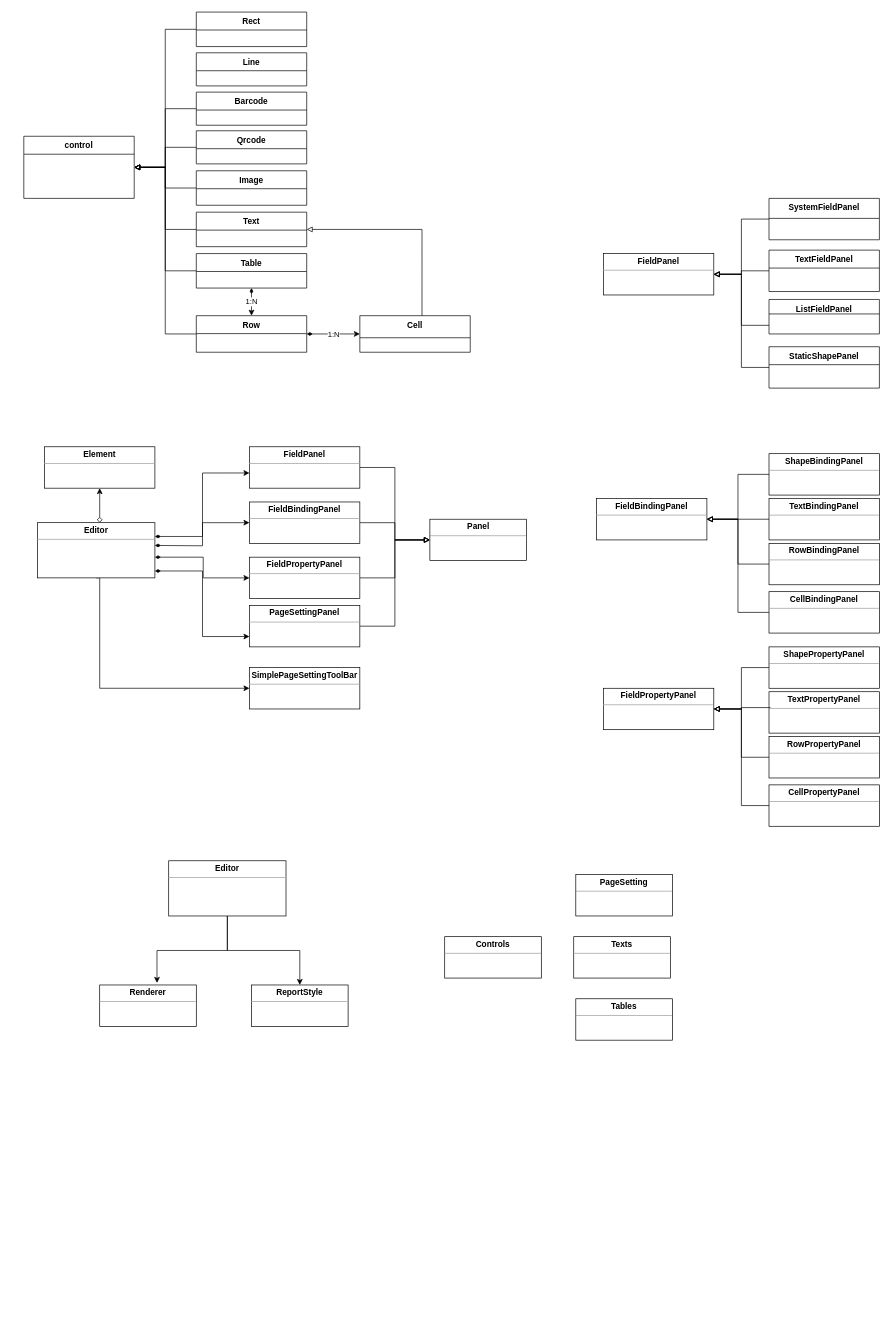
mashifei/uml keeps this draw.io diagram as page "类图" (10 of 12) of teemodesigner.drawio. Above is the earlier version. Source tidied: cells renumbered, new cells numbered last; positions are measured from the earlier drawing's top-left corner, leaving out a move shared by most shapes. Both pictures are drawn from the tidied source at 69%, with x=0, y=0 at pixel (23, 12).
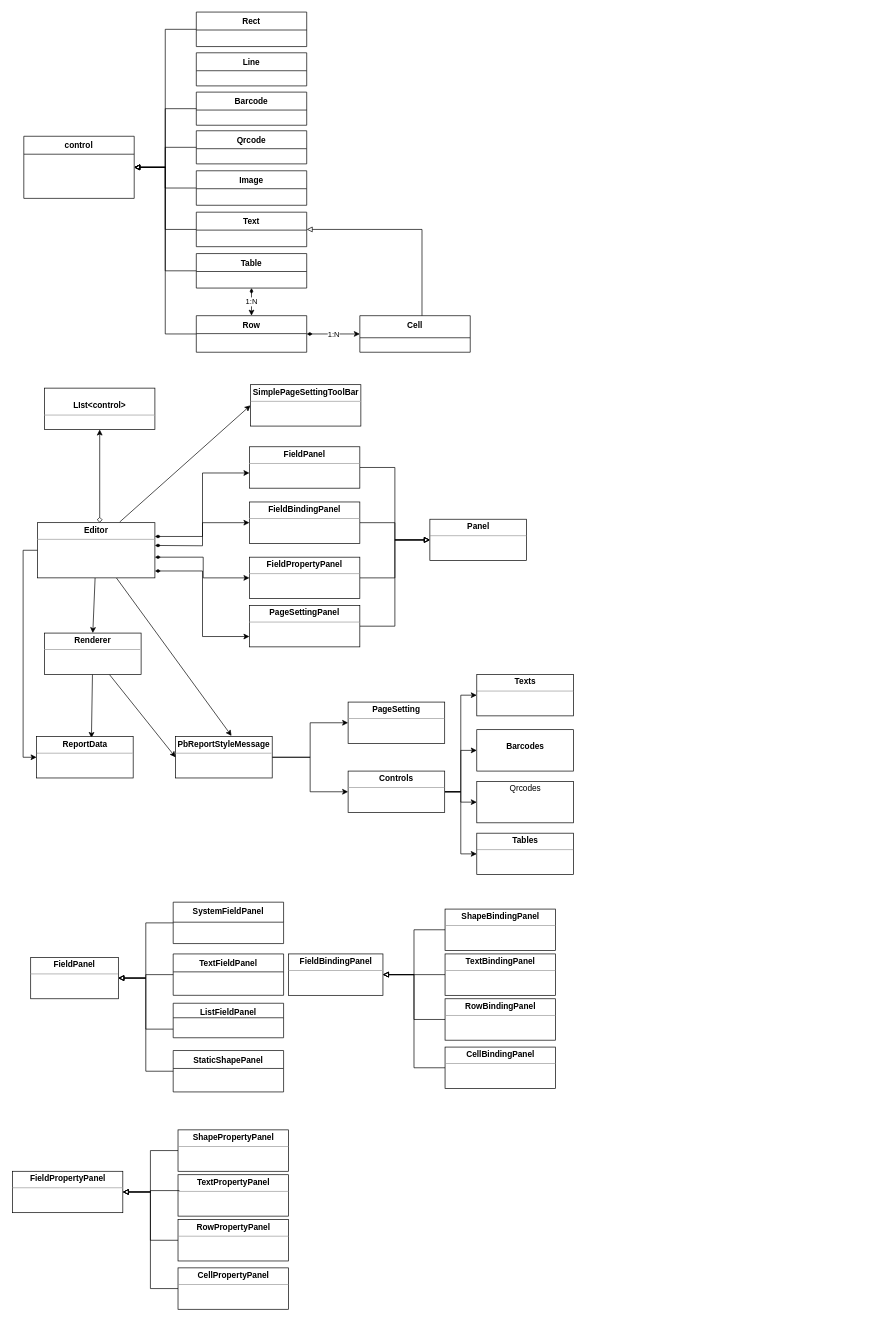
The same diagram, later.

The change refers to these unchanged cells:
```xml
<mxCell id="36" value="&lt;p style=&quot;margin: 0px ; margin-top: 4px ; text-align: center&quot;&gt;&lt;b&gt;Editor&lt;/b&gt;&lt;/p&gt;&lt;hr size=&quot;1&quot;&gt;&lt;div style=&quot;height: 2px&quot;&gt;&lt;/div&gt;" style="verticalAlign=top;align=left;overflow=fill;fontSize=12;fontFamily=Helvetica;html=1;" parent="1" vertex="1">
  <mxGeometry x="20" y="740" width="170" height="80" as="geometry" />
</mxCell>
```

What changed in the source:
```diff
@@
-    <mxCell id="32" value="&lt;p style=&quot;margin: 0px ; margin-top: 4px ; text-align: center&quot;&gt;&lt;b&gt;Element&lt;/b&gt;&lt;/p&gt;&lt;hr size=&quot;1&quot;&gt;&lt;div style=&quot;height: 2px&quot;&gt;&lt;/div&gt;" style="verticalAlign=top;align=left;overflow=fill;fontSize=12;fontFamily=Helvetica;html=1;" parent="1" vertex="1">
-      <mxGeometry x="30" y="630" width="160" height="60" as="geometry" />
+    <mxCell id="32" value="&lt;p style=&quot;margin: 0px ; margin-top: 4px ; text-align: center&quot;&gt;&lt;br&gt;&lt;b&gt;LIst&amp;lt;control&amp;gt;&lt;/b&gt;&lt;br&gt;&lt;/p&gt;&lt;hr size=&quot;1&quot;&gt;&lt;div style=&quot;height: 2px&quot;&gt;&lt;/div&gt;" style="verticalAlign=top;align=left;overflow=fill;fontSize=12;fontFamily=Helvetica;html=1;" parent="1" vertex="1">
+      <mxGeometry x="30" y="545" width="160" height="60" as="geometry" />
     </mxCell>
-    <mxCell id="33" style="edgeStyle=orthogonalEdgeStyle;rounded=0;jettySize=auto;html=1;entryX=0;entryY=0.5;entryDx=0;entryDy=0;startArrow=none;startFill=0;endArrow=classic;endFill=1;exitX=0.5;exitY=1;exitDx=0;exitDy=0;" parent="1" edge="1" source="36" target="66">
-      <mxGeometry relative="1" as="geometry">
-        <Array as="points">
-          <mxPoint x="110" y="820" />
-          <mxPoint x="110" y="980" />
-        </Array>
-      </mxGeometry>
-    </mxCell>
@@
+    <mxCell id="76" style="edgeStyle=orthogonalEdgeStyle;rounded=0;jettySize=auto;html=1;entryX=0;entryY=0.5;entryDx=0;entryDy=0;startArrow=none;startFill=0;endArrow=classic;endFill=1;" parent="1" edge="1" source="36" target="89">
+      <mxGeometry relative="1" as="geometry">
+        <Array as="points">
+          <mxPoint x="-1" y="780" />
+          <mxPoint x="-1" y="1080" />
+        </Array>
+      </mxGeometry>
+    </mxCell>
+    <mxCell id="33" style="rounded=0;jettySize=auto;html=1;entryX=0;entryY=0.5;entryDx=0;entryDy=0;startArrow=none;startFill=0;endArrow=classic;endFill=1;exitX=0.7;exitY=-0.012;exitDx=0;exitDy=0;exitPerimeter=0;" parent="1" edge="1" source="36" target="66">
+      <mxGeometry relative="1" as="geometry" />
+    </mxCell>
+    <mxCell id="77" style="edgeStyle=none;rounded=0;jettySize=auto;html=1;entryX=0.579;entryY=-0.017;entryDx=0;entryDy=0;entryPerimeter=0;startArrow=none;startFill=0;endArrow=classic;endFill=1;" parent="1" edge="1" source="36" target="67">
+      <mxGeometry relative="1" as="geometry" />
+    </mxCell>
+    <mxCell id="78" style="edgeStyle=none;rounded=0;jettySize=auto;html=1;entryX=0.5;entryY=0;entryDx=0;entryDy=0;startArrow=none;startFill=0;endArrow=classic;endFill=1;" parent="1" edge="1" source="36" target="72">
+      <mxGeometry relative="1" as="geometry" />
+    </mxCell>
@@
     <mxCell id="43" value="&lt;p style=&quot;margin: 0px ; margin-top: 4px ; text-align: center&quot;&gt;&lt;b&gt;FieldBindingPanel&lt;/b&gt;&lt;/p&gt;&lt;hr size=&quot;1&quot;&gt;&lt;div style=&quot;height: 2px&quot;&gt;&lt;/div&gt;" style="verticalAlign=top;align=left;overflow=fill;fontSize=12;fontFamily=Helvetica;html=1;" parent="1" vertex="1">
-      <mxGeometry x="830" y="705" width="160" height="60" as="geometry" />
+      <mxGeometry x="383.5" y="1365" width="137" height="60" as="geometry" />
     </mxCell>
     <mxCell id="44" value="TextFieldPanel" style="swimlane;fontStyle=1;align=center;verticalAlign=top;horizontal=1;startSize=26;" parent="1" vertex="1">
-      <mxGeometry x="1080" y="345" width="160" height="60" as="geometry" />
+      <mxGeometry x="216.5" y="1365" width="160" height="60" as="geometry" />
     </mxCell>
     <mxCell id="45" value="ListFieldPanel" style="swimlane;fontStyle=1;align=center;verticalAlign=top;horizontal=1;startSize=21;" parent="1" vertex="1">
-      <mxGeometry x="1080" y="416.5" width="160" height="50" as="geometry" />
+      <mxGeometry x="216.5" y="1436.5" width="160" height="50" as="geometry" />
     </mxCell>
     <mxCell id="46" value="StaticShapePanel" style="swimlane;fontStyle=1;align=center;verticalAlign=top;horizontal=1;startSize=26;" parent="1" vertex="1">
-      <mxGeometry x="1080" y="485" width="160" height="60" as="geometry" />
+      <mxGeometry x="216.5" y="1505" width="160" height="60" as="geometry" />
     </mxCell>
     <mxCell id="47" value="&lt;p style=&quot;margin: 0px ; margin-top: 4px ; text-align: center&quot;&gt;&lt;b&gt;ShapeBindingPanel&lt;/b&gt;&lt;/p&gt;&lt;hr size=&quot;1&quot;&gt;&lt;div style=&quot;height: 2px&quot;&gt;&lt;/div&gt;" style="verticalAlign=top;align=left;overflow=fill;fontSize=12;fontFamily=Helvetica;html=1;" parent="1" vertex="1">
-      <mxGeometry x="1080" y="640" width="160" height="60" as="geometry" />
+      <mxGeometry x="610.5" y="1300" width="160" height="60" as="geometry" />
     </mxCell>
     <mxCell id="48" value="&lt;p style=&quot;margin: 0px ; margin-top: 4px ; text-align: center&quot;&gt;&lt;b&gt;RowBindingPanel&lt;/b&gt;&lt;/p&gt;&lt;hr size=&quot;1&quot;&gt;&lt;div style=&quot;height: 2px&quot;&gt;&lt;/div&gt;" style="verticalAlign=top;align=left;overflow=fill;fontSize=12;fontFamily=Helvetica;html=1;" parent="1" vertex="1">
-      <mxGeometry x="1080" y="770" width="160" height="60" as="geometry" />
+      <mxGeometry x="610.5" y="1430" width="160" height="60" as="geometry" />
     </mxCell>
     <mxCell id="49" value="&lt;p style=&quot;margin: 0px ; margin-top: 4px ; text-align: center&quot;&gt;&lt;b&gt;CellBindingPanel&lt;/b&gt;&lt;/p&gt;&lt;hr size=&quot;1&quot;&gt;&lt;div style=&quot;height: 2px&quot;&gt;&lt;/div&gt;" style="verticalAlign=top;align=left;overflow=fill;fontSize=12;fontFamily=Helvetica;html=1;" parent="1" vertex="1">
-      <mxGeometry x="1080" y="840" width="160" height="60" as="geometry" />
+      <mxGeometry x="610.5" y="1500" width="160" height="60" as="geometry" />
     </mxCell>
     <mxCell id="50" value="&lt;p style=&quot;margin: 0px ; margin-top: 4px ; text-align: center&quot;&gt;&lt;b&gt;TextBindingPanel&lt;/b&gt;&lt;/p&gt;&lt;hr size=&quot;1&quot;&gt;&lt;div style=&quot;height: 2px&quot;&gt;&lt;/div&gt;" style="verticalAlign=top;align=left;overflow=fill;fontSize=12;fontFamily=Helvetica;html=1;" parent="1" vertex="1">
-      <mxGeometry x="1080" y="705" width="160" height="60" as="geometry" />
+      <mxGeometry x="610.5" y="1365" width="160" height="60" as="geometry" />
     </mxCell>
     <mxCell id="51" value="&lt;p style=&quot;margin: 0px ; margin-top: 4px ; text-align: center&quot;&gt;&lt;b&gt;ShapePropertyPanel&lt;/b&gt;&lt;/p&gt;&lt;hr size=&quot;1&quot;&gt;&lt;div style=&quot;height: 2px&quot;&gt;&lt;/div&gt;" style="verticalAlign=top;align=left;overflow=fill;fontSize=12;fontFamily=Helvetica;html=1;" parent="1" vertex="1">
-      <mxGeometry x="1080" y="920" width="160" height="60" as="geometry" />
+      <mxGeometry x="223.5" y="1620" width="160" height="60" as="geometry" />
     </mxCell>
     <mxCell id="52" value="&lt;p style=&quot;margin: 0px ; margin-top: 4px ; text-align: center&quot;&gt;&lt;b&gt;RowPropertyPanel&lt;/b&gt;&lt;/p&gt;&lt;hr size=&quot;1&quot;&gt;&lt;div style=&quot;height: 2px&quot;&gt;&lt;/div&gt;" style="verticalAlign=top;align=left;overflow=fill;fontSize=12;fontFamily=Helvetica;html=1;" parent="1" vertex="1">
-      <mxGeometry x="1080" y="1050" width="160" height="60" as="geometry" />
+      <mxGeometry x="223.5" y="1750" width="160" height="60" as="geometry" />
     </mxCell>
     <mxCell id="53" value="&lt;p style=&quot;margin: 0px ; margin-top: 4px ; text-align: center&quot;&gt;&lt;b&gt;CellPropertyPanel&lt;/b&gt;&lt;/p&gt;&lt;hr size=&quot;1&quot;&gt;&lt;div style=&quot;height: 2px&quot;&gt;&lt;/div&gt;" style="verticalAlign=top;align=left;overflow=fill;fontSize=12;fontFamily=Helvetica;html=1;" parent="1" vertex="1">
-      <mxGeometry x="1080" y="1120" width="160" height="60" as="geometry" />
+      <mxGeometry x="223.5" y="1820" width="160" height="60" as="geometry" />
     </mxCell>
     <mxCell id="54" value="&lt;p style=&quot;margin: 0px ; margin-top: 4px ; text-align: center&quot;&gt;&lt;b&gt;TextPropertyPanel&lt;/b&gt;&lt;/p&gt;&lt;hr size=&quot;1&quot;&gt;&lt;div style=&quot;height: 2px&quot;&gt;&lt;/div&gt;" style="verticalAlign=top;align=left;overflow=fill;fontSize=12;fontFamily=Helvetica;html=1;" parent="1" vertex="1">
-      <mxGeometry x="1080" y="985" width="160" height="60" as="geometry" />
+      <mxGeometry x="223.5" y="1685" width="160" height="60" as="geometry" />
     </mxCell>
     <mxCell id="55" value="SystemFieldPanel" style="swimlane;fontStyle=1;align=center;verticalAlign=top;horizontal=1;startSize=29;" parent="1" vertex="1">
-      <mxGeometry x="1080" y="270" width="160" height="60" as="geometry" />
+      <mxGeometry x="216.5" y="1290" width="160" height="60" as="geometry" />
     </mxCell>
@@
     <mxCell id="60" value="&lt;p style=&quot;margin: 0px ; margin-top: 4px ; text-align: center&quot;&gt;&lt;b&gt;FieldPanel&lt;/b&gt;&lt;/p&gt;&lt;hr size=&quot;1&quot;&gt;&lt;div style=&quot;height: 2px&quot;&gt;&lt;/div&gt;" style="verticalAlign=top;align=left;overflow=fill;fontSize=12;fontFamily=Helvetica;html=1;" parent="1" vertex="1">
-      <mxGeometry x="840" y="350" width="160" height="60" as="geometry" />
+      <mxGeometry x="10" y="1370" width="127" height="60" as="geometry" />
     </mxCell>
@@
     <mxCell id="65" value="&lt;p style=&quot;margin: 0px ; margin-top: 4px ; text-align: center&quot;&gt;&lt;b&gt;FieldPropertyPanel&lt;/b&gt;&lt;/p&gt;&lt;hr size=&quot;1&quot;&gt;&lt;div style=&quot;height: 2px&quot;&gt;&lt;/div&gt;" style="verticalAlign=top;align=left;overflow=fill;fontSize=12;fontFamily=Helvetica;html=1;" parent="1" vertex="1">
-      <mxGeometry x="840" y="980" width="160" height="60" as="geometry" />
+      <mxGeometry x="-16.5" y="1680" width="160" height="60" as="geometry" />
     </mxCell>
     <mxCell id="66" value="&lt;p style=&quot;margin: 0px ; margin-top: 4px ; text-align: center&quot;&gt;&lt;b&gt;SimplePageSettingToolBar&lt;/b&gt;&lt;/p&gt;&lt;hr size=&quot;1&quot;&gt;&lt;div style=&quot;height: 2px&quot;&gt;&lt;/div&gt;" style="verticalAlign=top;align=left;overflow=fill;fontSize=12;fontFamily=Helvetica;html=1;" parent="1" vertex="1">
-      <mxGeometry x="327" y="950" width="160" height="60" as="geometry" />
+      <mxGeometry x="328.5" y="540" width="160" height="60" as="geometry" />
     </mxCell>
+    <mxCell id="79" style="edgeStyle=orthogonalEdgeStyle;rounded=0;jettySize=auto;html=1;entryX=0;entryY=0.5;entryDx=0;entryDy=0;startArrow=none;startFill=0;endArrow=classic;endFill=1;" parent="1" edge="1" source="67" target="68">
+      <mxGeometry relative="1" as="geometry" />
+    </mxCell>
+    <mxCell id="80" style="edgeStyle=orthogonalEdgeStyle;rounded=0;jettySize=auto;html=1;entryX=0;entryY=0.5;entryDx=0;entryDy=0;startArrow=none;startFill=0;endArrow=classic;endFill=1;" parent="1" edge="1" source="67" target="69">
+      <mxGeometry relative="1" as="geometry" />
+    </mxCell>
-    <mxCell id="67" value="&lt;p style=&quot;margin: 0px ; margin-top: 4px ; text-align: center&quot;&gt;&lt;b&gt;ReportStyle&lt;/b&gt;&lt;/p&gt;&lt;hr size=&quot;1&quot;&gt;&lt;div style=&quot;height: 2px&quot;&gt;&lt;/div&gt;" style="verticalAlign=top;align=left;overflow=fill;fontSize=12;fontFamily=Helvetica;html=1;" parent="1" vertex="1">
-      <mxGeometry x="330" y="1410" width="140" height="60" as="geometry" />
+    <mxCell id="67" value="&lt;p style=&quot;margin: 0px ; margin-top: 4px ; text-align: center&quot;&gt;&lt;b&gt;PbReportStyleMessage&lt;/b&gt;&lt;/p&gt;&lt;hr size=&quot;1&quot;&gt;&lt;div style=&quot;height: 2px&quot;&gt;&lt;/div&gt;" style="verticalAlign=top;align=left;overflow=fill;fontSize=12;fontFamily=Helvetica;html=1;" parent="1" vertex="1">
+      <mxGeometry x="220" y="1050" width="140" height="60" as="geometry" />
     </mxCell>
     <mxCell id="68" value="&lt;p style=&quot;margin: 0px ; margin-top: 4px ; text-align: center&quot;&gt;&lt;b&gt;PageSetting&lt;/b&gt;&lt;/p&gt;&lt;hr size=&quot;1&quot;&gt;&lt;div style=&quot;height: 2px&quot;&gt;&lt;/div&gt;" style="verticalAlign=top;align=left;overflow=fill;fontSize=12;fontFamily=Helvetica;html=1;" parent="1" vertex="1">
-      <mxGeometry x="800" y="1250" width="140" height="60" as="geometry" />
+      <mxGeometry x="470" y="1000" width="140" height="60" as="geometry" />
     </mxCell>
+    <mxCell id="81" style="edgeStyle=orthogonalEdgeStyle;rounded=0;jettySize=auto;html=1;entryX=0;entryY=0.5;entryDx=0;entryDy=0;startArrow=none;startFill=0;endArrow=classic;endFill=1;" parent="1" edge="1" source="69" target="70">
+      <mxGeometry relative="1" as="geometry" />
+    </mxCell>
+    <mxCell id="82" style="edgeStyle=orthogonalEdgeStyle;rounded=0;jettySize=auto;html=1;entryX=0;entryY=0.5;entryDx=0;entryDy=0;startArrow=none;startFill=0;endArrow=classic;endFill=1;" parent="1" edge="1" source="69" target="71">
+      <mxGeometry relative="1" as="geometry" />
+    </mxCell>
+    <mxCell id="83" style="edgeStyle=orthogonalEdgeStyle;rounded=0;jettySize=auto;html=1;entryX=0;entryY=0.5;entryDx=0;entryDy=0;startArrow=none;startFill=0;endArrow=classic;endFill=1;" parent="1" edge="1" source="69" target="87">
+      <mxGeometry relative="1" as="geometry" />
+    </mxCell>
+    <mxCell id="84" style="edgeStyle=orthogonalEdgeStyle;rounded=0;jettySize=auto;html=1;entryX=0;entryY=0.5;entryDx=0;entryDy=0;startArrow=none;startFill=0;endArrow=classic;endFill=1;" parent="1" edge="1" source="69" target="88">
+      <mxGeometry relative="1" as="geometry" />
+    </mxCell>
     <mxCell id="69" value="&lt;p style=&quot;margin: 0px ; margin-top: 4px ; text-align: center&quot;&gt;&lt;b&gt;Controls&lt;/b&gt;&lt;/p&gt;&lt;hr size=&quot;1&quot;&gt;&lt;div style=&quot;height: 2px&quot;&gt;&lt;/div&gt;" style="verticalAlign=top;align=left;overflow=fill;fontSize=12;fontFamily=Helvetica;html=1;" parent="1" vertex="1">
-      <mxGeometry x="610" y="1340" width="140" height="60" as="geometry" />
+      <mxGeometry x="470" y="1100" width="140" height="60" as="geometry" />
     </mxCell>
     <mxCell id="70" value="&lt;p style=&quot;margin: 0px ; margin-top: 4px ; text-align: center&quot;&gt;&lt;b&gt;Texts&lt;/b&gt;&lt;/p&gt;&lt;hr size=&quot;1&quot;&gt;&lt;div style=&quot;height: 2px&quot;&gt;&lt;/div&gt;" style="verticalAlign=top;align=left;overflow=fill;fontSize=12;fontFamily=Helvetica;html=1;" parent="1" vertex="1">
-      <mxGeometry x="797" y="1340" width="140" height="60" as="geometry" />
+      <mxGeometry x="656.5" y="960" width="140" height="60" as="geometry" />
     </mxCell>
     <mxCell id="71" value="&lt;p style=&quot;margin: 0px ; margin-top: 4px ; text-align: center&quot;&gt;&lt;b&gt;Tables&lt;/b&gt;&lt;/p&gt;&lt;hr size=&quot;1&quot;&gt;&lt;div style=&quot;height: 2px&quot;&gt;&lt;/div&gt;" style="verticalAlign=top;align=left;overflow=fill;fontSize=12;fontFamily=Helvetica;html=1;" parent="1" vertex="1">
-      <mxGeometry x="800" y="1430" width="140" height="60" as="geometry" />
+      <mxGeometry x="656.5" y="1190" width="140" height="60" as="geometry" />
     </mxCell>
+    <mxCell id="85" style="edgeStyle=none;rounded=0;jettySize=auto;html=1;entryX=0.568;entryY=0.033;entryDx=0;entryDy=0;entryPerimeter=0;startArrow=none;startFill=0;endArrow=classic;endFill=1;" parent="1" edge="1" source="72" target="89">
+      <mxGeometry relative="1" as="geometry" />
+    </mxCell>
+    <mxCell id="86" style="edgeStyle=none;rounded=0;jettySize=auto;html=1;entryX=0;entryY=0.5;entryDx=0;entryDy=0;startArrow=none;startFill=0;endArrow=classic;endFill=1;" parent="1" edge="1" source="72" target="67">
+      <mxGeometry relative="1" as="geometry" />
+    </mxCell>
     <mxCell id="72" value="&lt;p style=&quot;margin: 0px ; margin-top: 4px ; text-align: center&quot;&gt;&lt;b&gt;Renderer&lt;/b&gt;&lt;/p&gt;&lt;hr size=&quot;1&quot;&gt;&lt;div style=&quot;height: 2px&quot;&gt;&lt;/div&gt;" style="verticalAlign=top;align=left;overflow=fill;fontSize=12;fontFamily=Helvetica;html=1;" parent="1" vertex="1">
-      <mxGeometry x="110" y="1410" width="140" height="60" as="geometry" />
+      <mxGeometry x="30" y="900" width="140" height="60" as="geometry" />
     </mxCell>
-    <mxCell id="73" style="edgeStyle=orthogonalEdgeStyle;rounded=0;jettySize=auto;html=1;entryX=0.593;entryY=-0.05;entryDx=0;entryDy=0;entryPerimeter=0;startArrow=none;startFill=0;endArrow=classic;endFill=1;" parent="1" edge="1" source="75" target="72">
-      <mxGeometry relative="1" as="geometry" />
-    </mxCell>
-    <mxCell id="74" style="edgeStyle=orthogonalEdgeStyle;rounded=0;jettySize=auto;html=1;startArrow=none;startFill=0;endArrow=classic;endFill=1;" parent="1" edge="1" source="75" target="67">
-      <mxGeometry relative="1" as="geometry" />
-    </mxCell>
-    <mxCell id="75" value="&lt;p style=&quot;margin: 0px ; margin-top: 4px ; text-align: center&quot;&gt;&lt;b&gt;Editor&lt;/b&gt;&lt;/p&gt;&lt;hr size=&quot;1&quot;&gt;&lt;div style=&quot;height: 2px&quot;&gt;&lt;/div&gt;" style="verticalAlign=top;align=left;overflow=fill;fontSize=12;fontFamily=Helvetica;html=1;" parent="1" vertex="1">
-      <mxGeometry x="210" y="1230" width="170" height="80" as="geometry" />
-    </mxCell>
+    <mxCell id="87" value="&lt;p style=&quot;margin: 0px ; margin-top: 4px ; text-align: center&quot;&gt;&lt;br&gt;&lt;b&gt;Barcodes&lt;/b&gt;&lt;/p&gt;" style="verticalAlign=top;align=left;overflow=fill;fontSize=12;fontFamily=Helvetica;html=1;" parent="1" vertex="1">
+      <mxGeometry x="656.5" y="1040" width="140" height="60" as="geometry" />
+    </mxCell>
+    <mxCell id="88" value="&lt;p style=&quot;margin: 0px ; margin-top: 4px ; text-align: center&quot;&gt;Qrcodes&lt;/p&gt;" style="verticalAlign=top;align=left;overflow=fill;fontSize=12;fontFamily=Helvetica;html=1;" parent="1" vertex="1">
+      <mxGeometry x="656.5" y="1115" width="140" height="60" as="geometry" />
+    </mxCell>
+    <mxCell id="89" value="&lt;p style=&quot;margin: 0px ; margin-top: 4px ; text-align: center&quot;&gt;&lt;b&gt;ReportData&lt;/b&gt;&lt;/p&gt;&lt;hr size=&quot;1&quot;&gt;&lt;div style=&quot;height: 2px&quot;&gt;&lt;/div&gt;" style="verticalAlign=top;align=left;overflow=fill;fontSize=12;fontFamily=Helvetica;html=1;" parent="1" vertex="1">
+      <mxGeometry x="18.5" y="1050" width="140" height="60" as="geometry" />
+    </mxCell>
```
